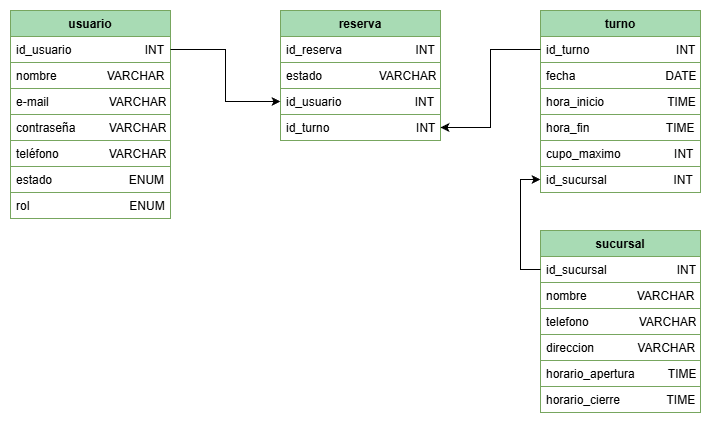
This is diagramas/turnosDERv1_MVP.png from BnB-AgendaTurnos/docs, a draw.io export, as it was before one commit. Source tidied: cells renumbered, new cells last; positions are measured from the earlier drawing's top-left corner, leaving out a move shared by most shapes.
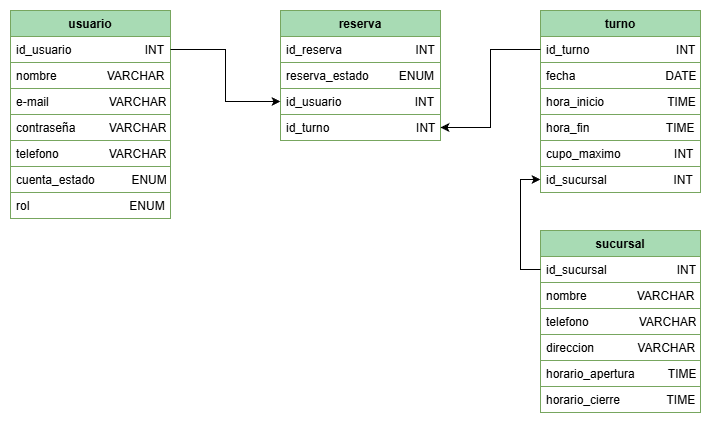
The same file after the commit.

Commit message:
Se actualizo el DER MVP

What changed in the source:
```diff
@@ -17,10 +17,10 @@
     <mxCell id="6" value="contraseña          VARCHAR" style="text;align=left;verticalAlign=top;spacingLeft=4;spacingRight=4;overflow=hidden;rounded=0;shadow=0;html=0;strokeWidth=1;strokeColor=#77A65F;" parent="2" vertex="1">
       <mxGeometry y="104" width="160" height="26" as="geometry" />
     </mxCell>
-    <mxCell id="7" value="teléfono               VARCHAR" style="text;align=left;verticalAlign=top;spacingLeft=4;spacingRight=4;overflow=hidden;rounded=0;shadow=0;html=0;strokeWidth=1;strokeColor=#77A65F;" parent="2" vertex="1">
+    <mxCell id="7" value="telefono               VARCHAR" style="text;align=left;verticalAlign=top;spacingLeft=4;spacingRight=4;overflow=hidden;rounded=0;shadow=0;html=0;strokeWidth=1;strokeColor=#77A65F;" parent="2" vertex="1">
       <mxGeometry y="130" width="160" height="26" as="geometry" />
     </mxCell>
-    <mxCell id="8" value="estado                       ENUM" style="text;align=left;verticalAlign=top;spacingLeft=4;spacingRight=4;overflow=hidden;rounded=0;shadow=0;html=0;strokeWidth=1;strokeColor=#77A65F;" parent="2" vertex="1">
+    <mxCell id="8" value="cuenta_estado           ENUM" style="text;align=left;verticalAlign=top;spacingLeft=4;spacingRight=4;overflow=hidden;rounded=0;shadow=0;html=0;strokeWidth=1;strokeColor=#77A65F;" parent="2" vertex="1">
       <mxGeometry y="156" width="160" height="26" as="geometry" />
     </mxCell>
     <mxCell id="9" value="rol                              ENUM" style="text;align=left;verticalAlign=top;spacingLeft=4;spacingRight=4;overflow=hidden;rounded=0;shadow=0;html=0;strokeWidth=1;strokeColor=#77A65F;" parent="2" vertex="1">
@@ -32,7 +32,7 @@
     <mxCell id="11" value="id_reserva                      INT" style="text;align=left;verticalAlign=top;spacingLeft=4;spacingRight=4;overflow=hidden;strokeWidth=1;strokeColor=#77A65F;" parent="10" vertex="1">
       <mxGeometry y="26" width="160" height="26" as="geometry" />
     </mxCell>
-    <mxCell id="12" value="estado                 VARCHAR" style="text;align=left;verticalAlign=top;spacingLeft=4;spacingRight=4;overflow=hidden;strokeWidth=1;strokeColor=#77A65F;" parent="10" vertex="1">
+    <mxCell id="12" value="reserva_estado         ENUM" style="text;align=left;verticalAlign=top;spacingLeft=4;spacingRight=4;overflow=hidden;strokeWidth=1;strokeColor=#77A65F;" parent="10" vertex="1">
       <mxGeometry y="52" width="160" height="26" as="geometry" />
     </mxCell>
     <mxCell id="13" value="id_usuario                      INT" style="text;align=left;verticalAlign=top;spacingLeft=4;spacingRight=4;overflow=hidden;points=[[0,0.5],[1,0.5]];portConstraint=eastwest;strokeWidth=1;strokeColor=#77A65F;" parent="10" vertex="1">
```
